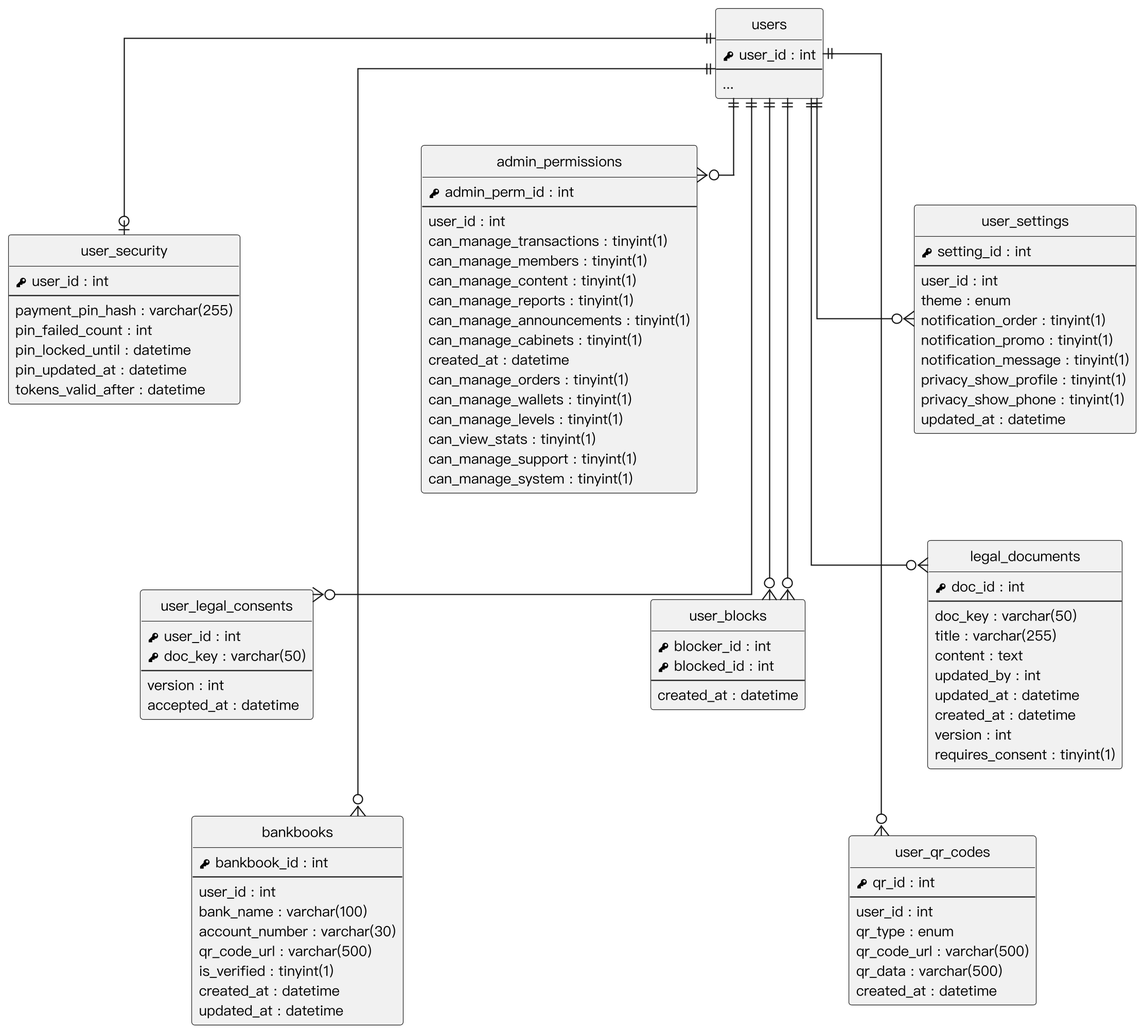
Above: Diagrams/Relational Tables/v3/er_account_settings.png in SaveMyBook/SaveMyBook (PlantUML), before the change. Source of this version:
```plantuml
@startuml
skinparam monochrome true
skinparam shadowing false
skinparam dpi 220
skinparam defaultFontName "PingFang TC"
skinparam defaultFontSize 12
skinparam linetype ortho
skinparam nodesep 30
skinparam ranksep 40
hide circle
hide empty methods

entity "users" as users {
  {field} <&key> user_id : int
  --
  ...
}
entity "user_security" as user_security {
  {field} <&key> user_id : int
  --
  {field} payment_pin_hash : varchar(255)
  {field} pin_failed_count : int
  {field} pin_locked_until : datetime
  {field} pin_updated_at : datetime
  {field} tokens_valid_after : datetime
}
entity "user_settings" as user_settings {
  {field} <&key> setting_id : int
  --
  {field} user_id : int
  {field} theme : enum
  {field} notification_order : tinyint(1)
  {field} notification_promo : tinyint(1)
  {field} notification_message : tinyint(1)
  {field} privacy_show_profile : tinyint(1)
  {field} privacy_show_phone : tinyint(1)
  {field} updated_at : datetime
}
entity "admin_permissions" as admin_permissions {
  {field} <&key> admin_perm_id : int
  --
  {field} user_id : int
  {field} can_manage_transactions : tinyint(1)
  {field} can_manage_members : tinyint(1)
  {field} can_manage_content : tinyint(1)
  {field} can_manage_reports : tinyint(1)
  {field} can_manage_announcements : tinyint(1)
  {field} can_manage_cabinets : tinyint(1)
  {field} created_at : datetime
  {field} can_manage_orders : tinyint(1)
  {field} can_manage_wallets : tinyint(1)
  {field} can_manage_levels : tinyint(1)
  {field} can_view_stats : tinyint(1)
  {field} can_manage_support : tinyint(1)
  {field} can_manage_system : tinyint(1)
}
entity "user_legal_consents" as user_legal_consents {
  {field} <&key> user_id : int
  {field} <&key> doc_key : varchar(50)
  --
  {field} version : int
  {field} accepted_at : datetime
}
entity "legal_documents" as legal_documents {
  {field} <&key> doc_id : int
  --
  {field} doc_key : varchar(50)
  {field} title : varchar(255)
  {field} content : text
  {field} updated_by : int
  {field} updated_at : datetime
  {field} created_at : datetime
  {field} version : int
  {field} requires_consent : tinyint(1)
}
entity "user_blocks" as user_blocks {
  {field} <&key> blocker_id : int
  {field} <&key> blocked_id : int
  --
  {field} created_at : datetime
}
entity "bankbooks" as bankbooks {
  {field} <&key> bankbook_id : int
  --
  {field} user_id : int
  {field} bank_name : varchar(100)
  {field} account_number : varchar(30)
  {field} qr_code_url : varchar(500)
  {field} is_verified : tinyint(1)
  {field} created_at : datetime
  {field} updated_at : datetime
}
entity "user_qr_codes" as user_qr_codes {
  {field} <&key> qr_id : int
  --
  {field} user_id : int
  {field} qr_type : enum
  {field} qr_code_url : varchar(500)
  {field} qr_data : varchar(500)
  {field} created_at : datetime
}
users ||--o| user_security
users ||--o{ user_settings
users ||--o{ admin_permissions
users ||--o{ user_legal_consents
users ||--o{ legal_documents
users ||--o{ user_blocks
users ||--o{ user_blocks
users ||--o{ bankbooks
users ||--o{ user_qr_codes
user_security -[hidden]down- user_legal_consents
user_settings -[hidden]down- legal_documents
admin_permissions -[hidden]down- user_blocks
user_legal_consents -[hidden]down- bankbooks
legal_documents -[hidden]down- user_qr_codes
@enduml
```
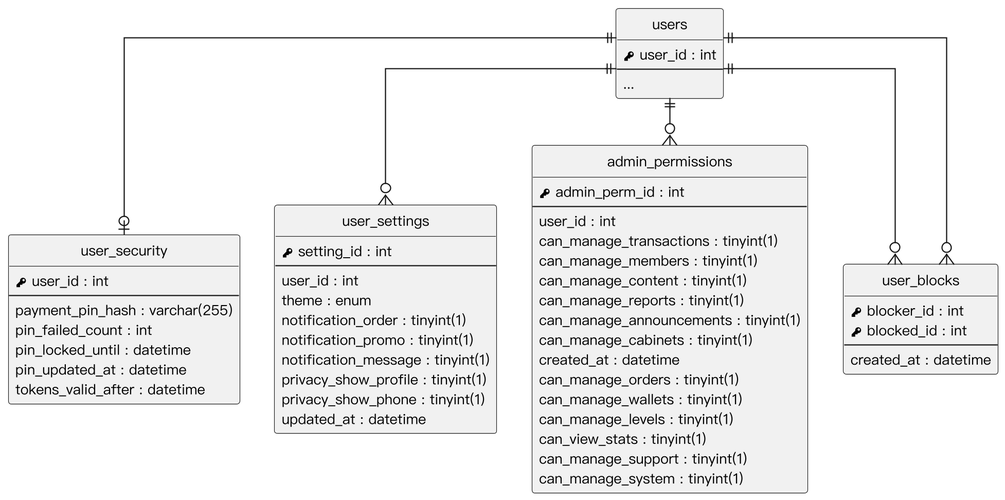
Above is the later version.

Diff of the diagram source:
```diff
@@ -54,63 +54,15 @@
   {field} can_manage_support : tinyint(1)
   {field} can_manage_system : tinyint(1)
 }
-entity "user_legal_consents" as user_legal_consents {
-  {field} <&key> user_id : int
-  {field} <&key> doc_key : varchar(50)
-  --
-  {field} version : int
-  {field} accepted_at : datetime
-}
-entity "legal_documents" as legal_documents {
-  {field} <&key> doc_id : int
-  --
-  {field} doc_key : varchar(50)
-  {field} title : varchar(255)
-  {field} content : text
-  {field} updated_by : int
-  {field} updated_at : datetime
-  {field} created_at : datetime
-  {field} version : int
-  {field} requires_consent : tinyint(1)
-}
 entity "user_blocks" as user_blocks {
   {field} <&key> blocker_id : int
   {field} <&key> blocked_id : int
   --
   {field} created_at : datetime
 }
-entity "bankbooks" as bankbooks {
-  {field} <&key> bankbook_id : int
-  --
-  {field} user_id : int
-  {field} bank_name : varchar(100)
-  {field} account_number : varchar(30)
-  {field} qr_code_url : varchar(500)
-  {field} is_verified : tinyint(1)
-  {field} created_at : datetime
-  {field} updated_at : datetime
-}
-entity "user_qr_codes" as user_qr_codes {
-  {field} <&key> qr_id : int
-  --
-  {field} user_id : int
-  {field} qr_type : enum
-  {field} qr_code_url : varchar(500)
-  {field} qr_data : varchar(500)
-  {field} created_at : datetime
-}
 users ||--o| user_security
 users ||--o{ user_settings
 users ||--o{ admin_permissions
-users ||--o{ user_legal_consents
-users ||--o{ legal_documents
 users ||--o{ user_blocks
 users ||--o{ user_blocks
-users ||--o{ bankbooks
-users ||--o{ user_qr_codes
-user_security -[hidden]down- user_legal_consents
-user_settings -[hidden]down- legal_documents
-admin_permissions -[hidden]down- user_blocks
-user_legal_consents -[hidden]down- bankbooks
-legal_documents -[hidden]down- user_qr_codes
 @enduml
```
